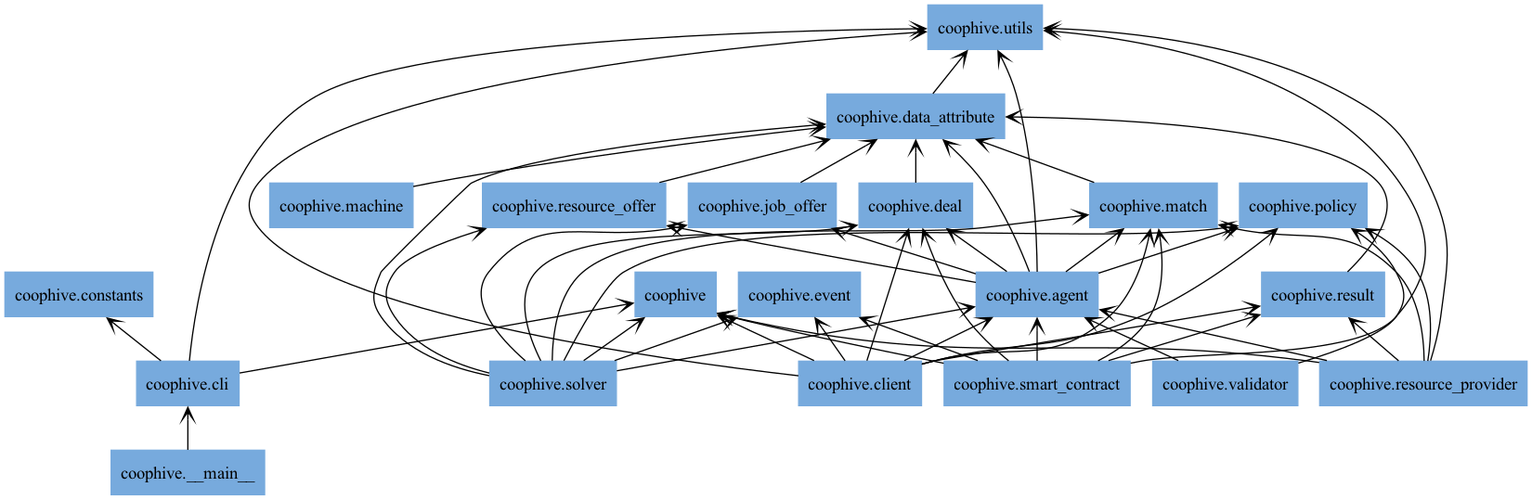
CoopHive/Apiary keeps this Graphviz diagram as docs/img/packages_coophive.png. Above is the earlier version. Its source is kept beside it as docs/img/packages_coophive.dot.
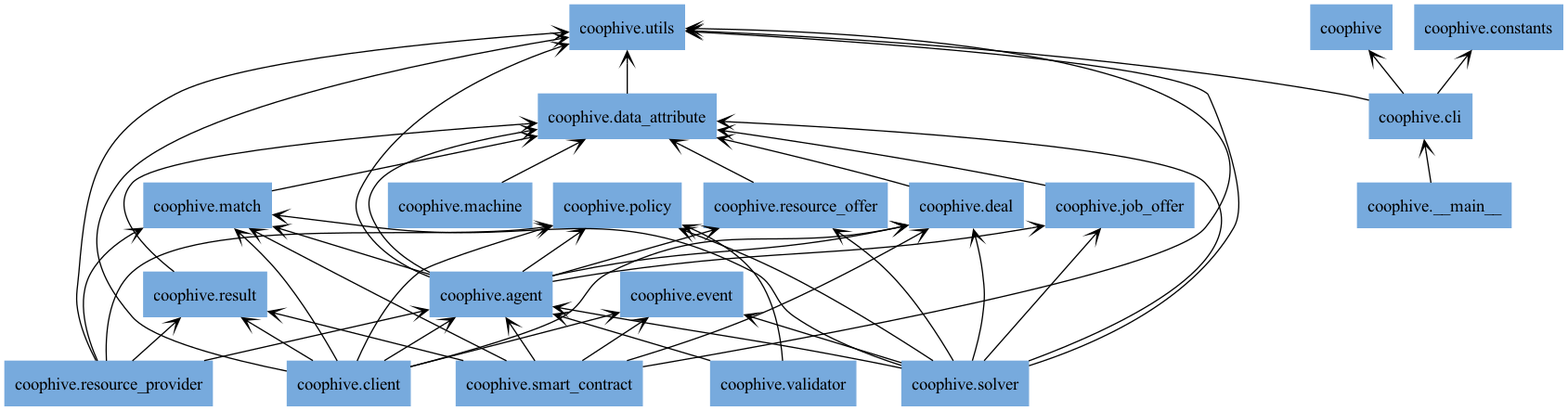
Above is the later version.

The edit, as a diff of the source:
```diff
@@ -32,7 +32,6 @@
 "coophive.cli" -> "coophive" [arrowhead="open", arrowtail="none"];
 "coophive.cli" -> "coophive.constants" [arrowhead="open", arrowtail="none"];
 "coophive.cli" -> "coophive.utils" [arrowhead="open", arrowtail="none"];
-"coophive.client" -> "coophive" [arrowhead="open", arrowtail="none"];
 "coophive.client" -> "coophive.agent" [arrowhead="open", arrowtail="none"];
 "coophive.client" -> "coophive.deal" [arrowhead="open", arrowtail="none"];
 "coophive.client" -> "coophive.event" [arrowhead="open", arrowtail="none"];
@@ -46,21 +45,18 @@
 "coophive.machine" -> "coophive.data_attribute" [arrowhead="open", arrowtail="none"];
 "coophive.match" -> "coophive.data_attribute" [arrowhead="open", arrowtail="none"];
 "coophive.resource_offer" -> "coophive.data_attribute" [arrowhead="open", arrowtail="none"];
-"coophive.resource_provider" -> "coophive" [arrowhead="open", arrowtail="none"];
 "coophive.resource_provider" -> "coophive.agent" [arrowhead="open", arrowtail="none"];
 "coophive.resource_provider" -> "coophive.match" [arrowhead="open", arrowtail="none"];
 "coophive.resource_provider" -> "coophive.policy" [arrowhead="open", arrowtail="none"];
 "coophive.resource_provider" -> "coophive.result" [arrowhead="open", arrowtail="none"];
 "coophive.resource_provider" -> "coophive.utils" [arrowhead="open", arrowtail="none"];
 "coophive.result" -> "coophive.data_attribute" [arrowhead="open", arrowtail="none"];
-"coophive.smart_contract" -> "coophive" [arrowhead="open", arrowtail="none"];
 "coophive.smart_contract" -> "coophive.agent" [arrowhead="open", arrowtail="none"];
 "coophive.smart_contract" -> "coophive.deal" [arrowhead="open", arrowtail="none"];
 "coophive.smart_contract" -> "coophive.event" [arrowhead="open", arrowtail="none"];
 "coophive.smart_contract" -> "coophive.match" [arrowhead="open", arrowtail="none"];
 "coophive.smart_contract" -> "coophive.result" [arrowhead="open", arrowtail="none"];
 "coophive.smart_contract" -> "coophive.utils" [arrowhead="open", arrowtail="none"];
-"coophive.solver" -> "coophive" [arrowhead="open", arrowtail="none"];
 "coophive.solver" -> "coophive.agent" [arrowhead="open", arrowtail="none"];
 "coophive.solver" -> "coophive.data_attribute" [arrowhead="open", arrowtail="none"];
 "coophive.solver" -> "coophive.deal" [arrowhead="open", arrowtail="none"];
@@ -69,6 +65,7 @@
 "coophive.solver" -> "coophive.match" [arrowhead="open", arrowtail="none"];
 "coophive.solver" -> "coophive.policy" [arrowhead="open", arrowtail="none"];
 "coophive.solver" -> "coophive.resource_offer" [arrowhead="open", arrowtail="none"];
+"coophive.solver" -> "coophive.utils" [arrowhead="open", arrowtail="none"];
 "coophive.validator" -> "coophive.agent" [arrowhead="open", arrowtail="none"];
 "coophive.validator" -> "coophive.policy" [arrowhead="open", arrowtail="none"];
 }
```
